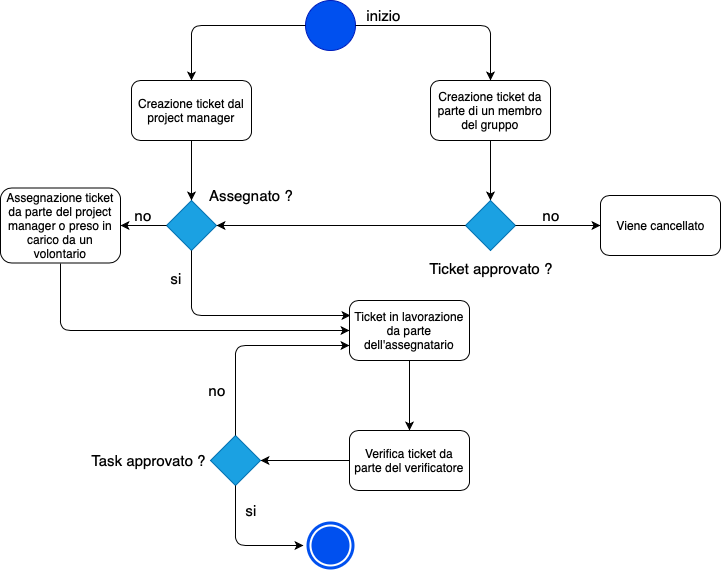
The draw.io diagram RP/Interni/Norme di Progetto/lifeCycleTicket.png in DreamCorpSWE/progetto-swe, before a commit. Source tidied: cells renumbered, new cells last; positions are measured from the earlier drawing's top-left corner, leaving out a move shared by most shapes. Its diagram source:
```xml
<mxGraphModel>
  <root>
    <mxCell id="0" />
    <mxCell id="1" parent="0" />
    <mxCell id="2" style="ellipse;shape=doubleEllipse;whiteSpace=wrap;html=1;fontSize=15;fillColor=#0050EF;strokeColor=#FFFFFF;strokeWidth=2;perimeterSpacing=2;labelBorderColor=none;fontColor=#ffffff;" parent="1" vertex="1">
      <mxGeometry x="305" y="520" width="50" height="50" as="geometry" />
    </mxCell>
    <mxCell id="3" value="Creazione ticket dal project manager&lt;br&gt;" style="rounded=1;whiteSpace=wrap;html=1;" parent="1" vertex="1">
      <mxGeometry x="131" y="80" width="120" height="60" as="geometry" />
    </mxCell>
    <mxCell id="4" style="edgeStyle=orthogonalEdgeStyle;rounded=0;jettySize=auto;html=1;" parent="1" edge="1" source="x">
      <mxGeometry relative="1" as="geometry">
        <mxPoint x="330" y="282.5" as="targetPoint" />
      </mxGeometry>
    </mxCell>
    <mxCell id="5" style="ellipse;whiteSpace=wrap;html=1;fillColor=#0050ef;strokeColor=#001DBC;fontColor=#ffffff;" parent="1" vertex="1">
      <mxGeometry x="305" width="50" height="50" as="geometry" />
    </mxCell>
    <mxCell id="6" value="inizio" style="text;html=1;strokeColor=none;fillColor=none;align=center;verticalAlign=middle;whiteSpace=wrap;rounded=0;fontSize=15;" parent="1" vertex="1">
      <mxGeometry x="363" y="5" width="40" height="20" as="geometry" />
    </mxCell>
    <mxCell id="7" value="Creazione ticket da parte di un membro del gruppo&lt;br&gt;" style="rounded=1;whiteSpace=wrap;html=1;" parent="1" vertex="1">
      <mxGeometry x="430" y="80" width="120" height="60" as="geometry" />
    </mxCell>
    <mxCell id="8" style="endArrow=classic;html=1;exitX=0.5;exitY=1;exitDx=0;exitDy=0;entryX=0.5;entryY=0;entryDx=0;entryDy=0;" parent="1" edge="1" source="7" target="9">
      <mxGeometry relative="1" as="geometry" />
    </mxCell>
    <mxCell id="9" style="rhombus;whiteSpace=wrap;html=1;fillColor=#1ba1e2;strokeColor=#006EAF;fontColor=#ffffff;" parent="1" vertex="1">
      <mxGeometry x="465" y="200" width="50" height="50" as="geometry" />
    </mxCell>
    <mxCell id="10" value="Ticket approvato ?" style="text;html=1;strokeColor=none;fillColor=none;align=center;verticalAlign=middle;whiteSpace=wrap;rounded=0;fontSize=15;" parent="1" vertex="1">
      <mxGeometry x="420" y="250.5" width="140" height="35" as="geometry" />
    </mxCell>
    <mxCell id="11" style="endArrow=classic;html=1;exitX=1;exitY=0.5;exitDx=0;exitDy=0;" parent="1" edge="1" source="9">
      <mxGeometry relative="1" as="geometry">
        <mxPoint x="600" y="225" as="targetPoint" />
      </mxGeometry>
    </mxCell>
    <mxCell id="12" value="no" style="text;html=1;strokeColor=none;fillColor=none;align=center;verticalAlign=middle;whiteSpace=wrap;rounded=0;fontSize=15;" parent="1" vertex="1">
      <mxGeometry x="530" y="205" width="40" height="20" as="geometry" />
    </mxCell>
    <mxCell id="13" value="Viene cancellato&lt;br&gt;" style="rounded=1;whiteSpace=wrap;html=1;" parent="1" vertex="1">
      <mxGeometry x="600" y="195" width="120" height="60" as="geometry" />
    </mxCell>
    <mxCell id="14" style="rhombus;whiteSpace=wrap;html=1;fillColor=#1ba1e2;strokeColor=#006EAF;fontColor=#ffffff;" parent="1" vertex="1">
      <mxGeometry x="166" y="200" width="50" height="50" as="geometry" />
    </mxCell>
    <mxCell id="15" style="endArrow=classic;html=1;exitX=0.5;exitY=1;exitDx=0;exitDy=0;entryX=0.5;entryY=0;entryDx=0;entryDy=0;" parent="1" edge="1" source="3" target="14">
      <mxGeometry relative="1" as="geometry" />
    </mxCell>
    <mxCell id="16" value="Assegnato ?" style="text;html=1;strokeColor=none;fillColor=none;align=center;verticalAlign=middle;whiteSpace=wrap;rounded=0;fontSize=15;" parent="1" vertex="1">
      <mxGeometry x="205" y="177.5" width="90" height="35" as="geometry" />
    </mxCell>
    <mxCell id="17" style="endArrow=classic;html=1;exitX=0;exitY=0.5;exitDx=0;exitDy=0;entryX=1;entryY=0.5;entryDx=0;entryDy=0;" parent="1" edge="1" source="14" target="31">
      <mxGeometry relative="1" as="geometry" />
    </mxCell>
    <mxCell id="18" value="no" style="text;html=1;strokeColor=none;fillColor=none;align=center;verticalAlign=middle;whiteSpace=wrap;rounded=0;fontSize=15;" parent="1" vertex="1">
      <mxGeometry x="122.5" y="205" width="40" height="20" as="geometry" />
    </mxCell>
    <mxCell id="19" style="endArrow=classic;html=1;exitX=0;exitY=0.5;exitDx=0;exitDy=0;entryX=1;entryY=0.5;entryDx=0;entryDy=0;" parent="1" edge="1" source="9" target="14">
      <mxGeometry relative="1" as="geometry" />
    </mxCell>
    <mxCell id="20" style="endArrow=classic;html=1;entryX=0;entryY=0.25;entryDx=0;entryDy=0;exitX=0.5;exitY=1;exitDx=0;exitDy=0;" parent="1" edge="1">
      <mxGeometry relative="1" as="geometry">
        <mxPoint x="191" y="250" as="sourcePoint" />
        <mxPoint x="350" y="315" as="targetPoint" />
        <Array as="points">
          <mxPoint x="191" y="315" />
        </Array>
      </mxGeometry>
    </mxCell>
    <mxCell id="21" value="si" style="text;html=1;strokeColor=none;fillColor=none;align=center;verticalAlign=middle;whiteSpace=wrap;rounded=0;fontSize=15;" parent="1" vertex="1">
      <mxGeometry x="160" y="268" width="30" height="20" as="geometry" />
    </mxCell>
    <mxCell id="22" style="edgeStyle=orthogonalEdgeStyle;rounded=0;jettySize=auto;html=1;exitX=0.5;exitY=1;exitDx=0;exitDy=0;" parent="1" edge="1" source="23" target="24">
      <mxGeometry relative="1" as="geometry" />
    </mxCell>
    <mxCell id="23" value="Ticket in lavorazione da parte dell'assegnatario&lt;br&gt;" style="rounded=1;whiteSpace=wrap;html=1;" parent="1" vertex="1">
      <mxGeometry x="349" y="300" width="120" height="60" as="geometry" />
    </mxCell>
    <mxCell id="24" value="Verifica ticket da parte del verificatore&lt;br&gt;" style="rounded=1;whiteSpace=wrap;html=1;" parent="1" vertex="1">
      <mxGeometry x="349" y="430" width="120" height="60" as="geometry" />
    </mxCell>
    <mxCell id="25" style="endArrow=classic;html=1;exitX=0;exitY=0.5;exitDx=0;exitDy=0;entryX=1;entryY=0.5;entryDx=0;entryDy=0;" parent="1" edge="1" source="24" target="26">
      <mxGeometry relative="1" as="geometry" />
    </mxCell>
    <mxCell id="26" style="rhombus;whiteSpace=wrap;html=1;fillColor=#1ba1e2;strokeColor=#006EAF;fontColor=#ffffff;" parent="1" vertex="1">
      <mxGeometry x="210" y="435" width="50" height="50" as="geometry" />
    </mxCell>
    <mxCell id="27" value="Task approvato ?" style="text;html=1;strokeColor=none;fillColor=none;align=center;verticalAlign=middle;whiteSpace=wrap;rounded=0;fontSize=15;" parent="1" vertex="1">
      <mxGeometry x="85" y="447.5" width="125" height="25" as="geometry" />
    </mxCell>
    <mxCell id="28" value="si" style="text;html=1;strokeColor=none;fillColor=none;align=center;verticalAlign=middle;whiteSpace=wrap;rounded=0;fontSize=15;" parent="1" vertex="1">
      <mxGeometry x="235" y="500" width="30" height="20" as="geometry" />
    </mxCell>
    <mxCell id="29" value="no" style="text;html=1;strokeColor=none;fillColor=none;align=center;verticalAlign=middle;whiteSpace=wrap;rounded=0;fontSize=15;" parent="1" vertex="1">
      <mxGeometry x="196" y="380" width="40" height="20" as="geometry" />
    </mxCell>
    <mxCell id="30" style="endArrow=classic;html=1;entryX=0;entryY=0.5;entryDx=0;entryDy=0;exitX=0.5;exitY=1;exitDx=0;exitDy=0;" parent="1" edge="1" source="26" target="2">
      <mxGeometry relative="1" as="geometry">
        <Array as="points">
          <mxPoint x="235" y="545" />
        </Array>
      </mxGeometry>
    </mxCell>
    <mxCell id="31" value="Assegnazione ticket da parte del project manager o preso in carico da un volontario&lt;br&gt;" style="rounded=1;whiteSpace=wrap;html=1;" parent="1" vertex="1">
      <mxGeometry y="187.5" width="120" height="75" as="geometry" />
    </mxCell>
    <mxCell id="32" style="endArrow=classic;html=1;entryX=0;entryY=0.5;entryDx=0;entryDy=0;exitX=0.5;exitY=1;exitDx=0;exitDy=0;" parent="1" edge="1" source="31" target="23">
      <mxGeometry relative="1" as="geometry">
        <Array as="points">
          <mxPoint x="60" y="330" />
        </Array>
      </mxGeometry>
    </mxCell>
    <mxCell id="33" style="endArrow=classic;html=1;exitX=0;exitY=0.5;exitDx=0;exitDy=0;entryX=0.5;entryY=0;entryDx=0;entryDy=0;" parent="1" edge="1" source="5" target="3">
      <mxGeometry relative="1" as="geometry">
        <Array as="points">
          <mxPoint x="191" y="25" />
        </Array>
      </mxGeometry>
    </mxCell>
    <mxCell id="34" style="endArrow=classic;html=1;entryX=0.5;entryY=0;entryDx=0;entryDy=0;exitX=1;exitY=0.5;exitDx=0;exitDy=0;" parent="1" edge="1" source="5" target="7">
      <mxGeometry relative="1" as="geometry">
        <Array as="points">
          <mxPoint x="490" y="25" />
        </Array>
      </mxGeometry>
    </mxCell>
    <mxCell id="35" style="endArrow=classic;html=1;exitX=0.5;exitY=0;exitDx=0;exitDy=0;entryX=0;entryY=0.75;entryDx=0;entryDy=0;" parent="1" edge="1" source="26" target="23">
      <mxGeometry relative="1" as="geometry">
        <Array as="points">
          <mxPoint x="235" y="345" />
        </Array>
      </mxGeometry>
    </mxCell>
  </root>
</mxGraphModel>
```
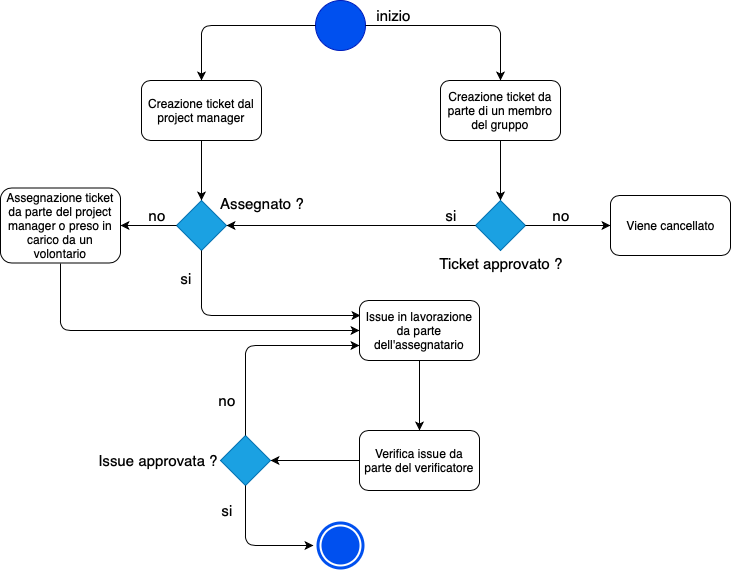
The same file after the commit.

Diff of the diagram source:
```diff
@@ -8,7 +8,7 @@
     <mxCell id="3" value="Creazione ticket dal project manager&lt;br&gt;" style="rounded=1;whiteSpace=wrap;html=1;" parent="1" vertex="1">
       <mxGeometry x="131" y="80" width="120" height="60" as="geometry" />
     </mxCell>
-    <mxCell id="4" style="edgeStyle=orthogonalEdgeStyle;rounded=0;jettySize=auto;html=1;" parent="1" edge="1" source="x">
+    <mxCell id="4" style="edgeStyle=orthogonalEdgeStyle;rounded=0;orthogonalLoop=1;jettySize=auto;html=1;" parent="1" edge="1">
       <mxGeometry relative="1" as="geometry">
         <mxPoint x="330" y="282.5" as="targetPoint" />
       </mxGeometry>
@@ -29,7 +29,7 @@
       <mxGeometry x="465" y="200" width="50" height="50" as="geometry" />
     </mxCell>
     <mxCell id="10" value="Ticket approvato ?" style="text;html=1;strokeColor=none;fillColor=none;align=center;verticalAlign=middle;whiteSpace=wrap;rounded=0;fontSize=15;" parent="1" vertex="1">
-      <mxGeometry x="420" y="250.5" width="140" height="35" as="geometry" />
+      <mxGeometry x="420" y="245" width="140" height="35" as="geometry" />
     </mxCell>
     <mxCell id="11" style="endArrow=classic;html=1;exitX=1;exitY=0.5;exitDx=0;exitDy=0;" parent="1" edge="1" source="9">
       <mxGeometry relative="1" as="geometry">
@@ -49,13 +49,13 @@
       <mxGeometry relative="1" as="geometry" />
     </mxCell>
     <mxCell id="16" value="Assegnato ?" style="text;html=1;strokeColor=none;fillColor=none;align=center;verticalAlign=middle;whiteSpace=wrap;rounded=0;fontSize=15;" parent="1" vertex="1">
-      <mxGeometry x="205" y="177.5" width="90" height="35" as="geometry" />
+      <mxGeometry x="206" y="185" width="90" height="35" as="geometry" />
     </mxCell>
     <mxCell id="17" style="endArrow=classic;html=1;exitX=0;exitY=0.5;exitDx=0;exitDy=0;entryX=1;entryY=0.5;entryDx=0;entryDy=0;" parent="1" edge="1" source="14" target="31">
       <mxGeometry relative="1" as="geometry" />
     </mxCell>
     <mxCell id="18" value="no" style="text;html=1;strokeColor=none;fillColor=none;align=center;verticalAlign=middle;whiteSpace=wrap;rounded=0;fontSize=15;" parent="1" vertex="1">
-      <mxGeometry x="122.5" y="205" width="40" height="20" as="geometry" />
+      <mxGeometry x="126" y="205" width="40" height="20" as="geometry" />
     </mxCell>
     <mxCell id="19" style="endArrow=classic;html=1;exitX=0;exitY=0.5;exitDx=0;exitDy=0;entryX=1;entryY=0.5;entryDx=0;entryDy=0;" parent="1" edge="1" source="9" target="14">
       <mxGeometry relative="1" as="geometry" />
@@ -75,10 +75,10 @@
     <mxCell id="22" style="edgeStyle=orthogonalEdgeStyle;rounded=0;jettySize=auto;html=1;exitX=0.5;exitY=1;exitDx=0;exitDy=0;" parent="1" edge="1" source="23" target="24">
       <mxGeometry relative="1" as="geometry" />
     </mxCell>
-    <mxCell id="23" value="Ticket in lavorazione da parte dell'assegnatario&lt;br&gt;" style="rounded=1;whiteSpace=wrap;html=1;" parent="1" vertex="1">
+    <mxCell id="23" value="Issue in lavorazione da parte dell'assegnatario&lt;br&gt;" style="rounded=1;whiteSpace=wrap;html=1;" parent="1" vertex="1">
       <mxGeometry x="349" y="300" width="120" height="60" as="geometry" />
     </mxCell>
-    <mxCell id="24" value="Verifica ticket da parte del verificatore&lt;br&gt;" style="rounded=1;whiteSpace=wrap;html=1;" parent="1" vertex="1">
+    <mxCell id="24" value="Verifica issue da parte del verificatore&lt;br&gt;" style="rounded=1;whiteSpace=wrap;html=1;" parent="1" vertex="1">
       <mxGeometry x="349" y="430" width="120" height="60" as="geometry" />
     </mxCell>
     <mxCell id="25" style="endArrow=classic;html=1;exitX=0;exitY=0.5;exitDx=0;exitDy=0;entryX=1;entryY=0.5;entryDx=0;entryDy=0;" parent="1" edge="1" source="24" target="26">
@@ -87,14 +87,14 @@
     <mxCell id="26" style="rhombus;whiteSpace=wrap;html=1;fillColor=#1ba1e2;strokeColor=#006EAF;fontColor=#ffffff;" parent="1" vertex="1">
       <mxGeometry x="210" y="435" width="50" height="50" as="geometry" />
     </mxCell>
-    <mxCell id="27" value="Task approvato ?" style="text;html=1;strokeColor=none;fillColor=none;align=center;verticalAlign=middle;whiteSpace=wrap;rounded=0;fontSize=15;" parent="1" vertex="1">
+    <mxCell id="27" value="Issue approvata ?&lt;br&gt;" style="text;html=1;strokeColor=none;fillColor=none;align=center;verticalAlign=middle;whiteSpace=wrap;rounded=0;fontSize=15;" parent="1" vertex="1">
       <mxGeometry x="85" y="447.5" width="125" height="25" as="geometry" />
     </mxCell>
     <mxCell id="28" value="si" style="text;html=1;strokeColor=none;fillColor=none;align=center;verticalAlign=middle;whiteSpace=wrap;rounded=0;fontSize=15;" parent="1" vertex="1">
-      <mxGeometry x="235" y="500" width="30" height="20" as="geometry" />
+      <mxGeometry x="201" y="500" width="30" height="20" as="geometry" />
     </mxCell>
     <mxCell id="29" value="no" style="text;html=1;strokeColor=none;fillColor=none;align=center;verticalAlign=middle;whiteSpace=wrap;rounded=0;fontSize=15;" parent="1" vertex="1">
-      <mxGeometry x="196" y="380" width="40" height="20" as="geometry" />
+      <mxGeometry x="196" y="390" width="40" height="20" as="geometry" />
     </mxCell>
     <mxCell id="30" style="endArrow=classic;html=1;entryX=0;entryY=0.5;entryDx=0;entryDy=0;exitX=0.5;exitY=1;exitDx=0;exitDy=0;" parent="1" edge="1" source="26" target="2">
       <mxGeometry relative="1" as="geometry">
@@ -104,12 +104,12 @@
       </mxGeometry>
     </mxCell>
     <mxCell id="31" value="Assegnazione ticket da parte del project manager o preso in carico da un volontario&lt;br&gt;" style="rounded=1;whiteSpace=wrap;html=1;" parent="1" vertex="1">
-      <mxGeometry y="187.5" width="120" height="75" as="geometry" />
+      <mxGeometry x="-10" y="187.5" width="120" height="75" as="geometry" />
     </mxCell>
     <mxCell id="32" style="endArrow=classic;html=1;entryX=0;entryY=0.5;entryDx=0;entryDy=0;exitX=0.5;exitY=1;exitDx=0;exitDy=0;" parent="1" edge="1" source="31" target="23">
       <mxGeometry relative="1" as="geometry">
         <Array as="points">
-          <mxPoint x="60" y="330" />
+          <mxPoint x="50" y="330" />
         </Array>
       </mxGeometry>
     </mxCell>
@@ -134,5 +134,8 @@
         </Array>
       </mxGeometry>
     </mxCell>
+    <mxCell id="36" value="si" style="text;html=1;strokeColor=none;fillColor=none;align=center;verticalAlign=middle;whiteSpace=wrap;rounded=0;fontSize=15;" parent="1" vertex="1">
+      <mxGeometry x="420" y="205" width="40" height="20" as="geometry" />
+    </mxCell>
   </root>
 </mxGraphModel>
```
